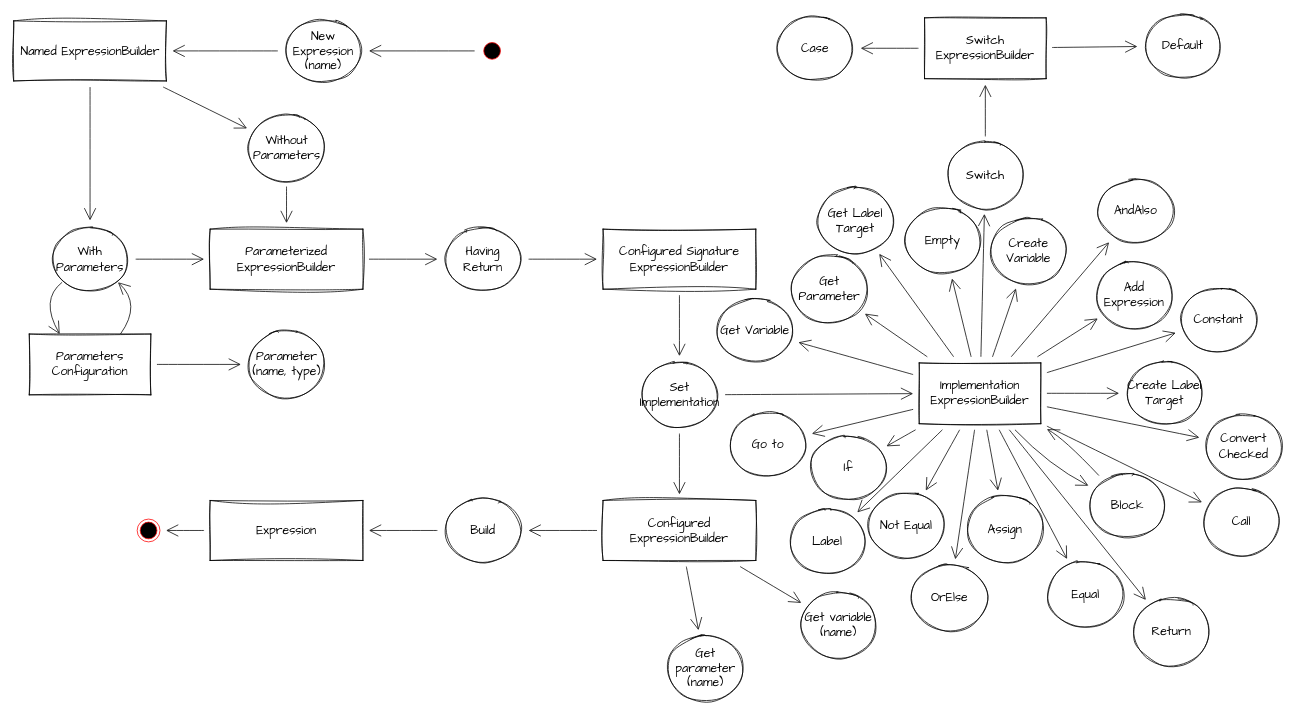
Earlier version of the draw.io diagram docs/expression-builder-fluent-api.drawio (Farfetch/rules-framework). Source tidied: cells renumbered, new cells numbered last; positions are measured from the earlier drawing's top-left corner, leaving out a move shared by most shapes. Both pictures are drawn from the tidied source at 76%, with x=0, y=0 at pixel (13, 13).
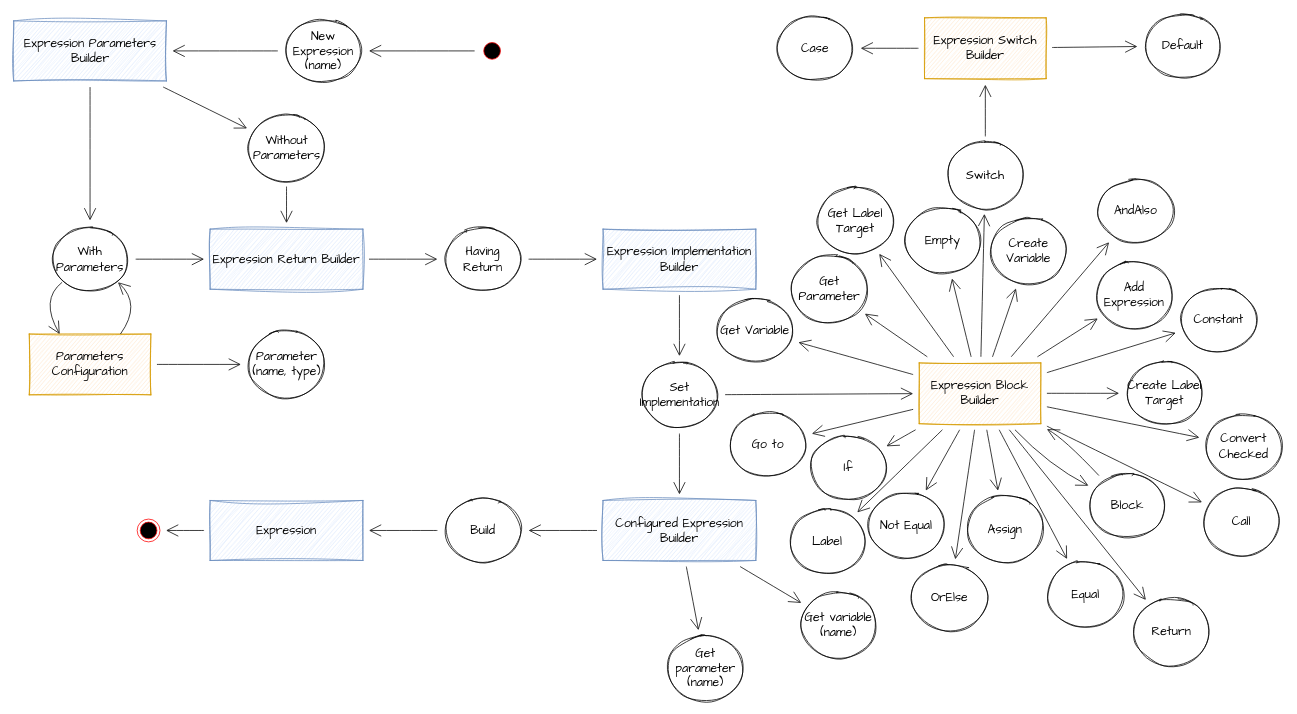
The same page after the edit.

Commit message:
docs: update expression builder flow documentation

What changed in the source:
```diff
@@
-    <mxCell id="2" value="Named ExpressionBuilder" style="rounded=0;whiteSpace=wrap;html=1;sketch=1;curveFitting=1;jiggle=2;fontFamily=Architects Daughter;fontSize=16;" parent="1" vertex="1">
+    <mxCell id="2" value="Expression Parameters Builder" style="rounded=0;whiteSpace=wrap;html=1;sketch=1;curveFitting=1;jiggle=2;fontFamily=Architects Daughter;fontSize=16;fillColor=#dae8fc;strokeColor=#6c8ebf;" parent="1" vertex="1">
       <mxGeometry x="0.5" y="10" width="201" height="79" as="geometry" />
     </mxCell>
-    <mxCell id="3" value="Parameters Configuration" style="rounded=0;whiteSpace=wrap;html=1;sketch=1;fontFamily=Architects Daughter;fontSize=16;" parent="1" vertex="1">
+    <mxCell id="3" value="Parameters Configuration" style="rounded=0;whiteSpace=wrap;html=1;sketch=1;fontFamily=Architects Daughter;fontSize=16;fillColor=#ffe6cc;strokeColor=#d79b00;" parent="1" vertex="1">
       <mxGeometry x="21" y="422" width="160" height="80" as="geometry" />
     </mxCell>
@@
-    <mxCell id="9" value="Parameterized ExpressionBuilder" style="rounded=0;whiteSpace=wrap;html=1;sketch=1;curveFitting=1;jiggle=2;fontFamily=Architects Daughter;fontSize=16;" parent="1" vertex="1">
+    <mxCell id="9" value="Expression Return Builder" style="rounded=0;whiteSpace=wrap;html=1;sketch=1;curveFitting=1;jiggle=2;fontFamily=Architects Daughter;fontSize=16;fillColor=#dae8fc;strokeColor=#6c8ebf;" parent="1" vertex="1">
       <mxGeometry x="259" y="284" width="201" height="79" as="geometry" />
     </mxCell>
@@
-    <mxCell id="12" value="Configured Signature ExpressionBuilder" style="rounded=0;whiteSpace=wrap;html=1;sketch=1;curveFitting=1;jiggle=2;fontFamily=Architects Daughter;fontSize=16;" parent="1" vertex="1">
+    <mxCell id="12" value="Expression Implementation Builder" style="rounded=0;whiteSpace=wrap;html=1;sketch=1;curveFitting=1;jiggle=2;fontFamily=Architects Daughter;fontSize=16;fillColor=#dae8fc;strokeColor=#6c8ebf;" parent="1" vertex="1">
       <mxGeometry x="776" y="284" width="201" height="79" as="geometry" />
     </mxCell>
@@
-    <mxCell id="18" value="Configured ExpressionBuilder" style="rounded=0;whiteSpace=wrap;html=1;sketch=1;curveFitting=1;jiggle=2;fontFamily=Architects Daughter;fontSize=16;" parent="1" vertex="1">
+    <mxCell id="18" value="Configured Expression Builder" style="rounded=0;whiteSpace=wrap;html=1;sketch=1;curveFitting=1;jiggle=2;fontFamily=Architects Daughter;fontSize=16;fillColor=#dae8fc;strokeColor=#6c8ebf;" parent="1" vertex="1">
       <mxGeometry x="776" y="641" width="201" height="79" as="geometry" />
     </mxCell>
@@
-    <mxCell id="21" value="Implementation&lt;br&gt;ExpressionBuilder" style="rounded=0;whiteSpace=wrap;html=1;sketch=1;fontFamily=Architects Daughter;fontSize=16;" parent="1" vertex="1">
+    <mxCell id="21" value="Expression Block Builder" style="rounded=0;whiteSpace=wrap;html=1;sketch=1;fontFamily=Architects Daughter;fontSize=16;fillColor=#ffe6cc;strokeColor=#d79b00;" parent="1" vertex="1">
       <mxGeometry x="1192" y="460" width="160" height="80" as="geometry" />
     </mxCell>
@@
-    <mxCell id="31" value="Expression" style="rounded=0;whiteSpace=wrap;html=1;sketch=1;curveFitting=1;jiggle=2;fontFamily=Architects Daughter;fontSize=16;" parent="1" vertex="1">
+    <mxCell id="31" value="Expression" style="rounded=0;whiteSpace=wrap;html=1;sketch=1;curveFitting=1;jiggle=2;fontFamily=Architects Daughter;fontSize=16;fillColor=#dae8fc;strokeColor=#6c8ebf;" parent="1" vertex="1">
       <mxGeometry x="259" y="641" width="201" height="79" as="geometry" />
     </mxCell>
@@
-    <mxCell id="73" value="Switch&lt;br&gt;ExpressionBuilder" style="rounded=0;whiteSpace=wrap;html=1;sketch=1;fontFamily=Architects Daughter;fontSize=16;" parent="1" vertex="1">
+    <mxCell id="73" value="Expression Switch&lt;br&gt;Builder" style="rounded=0;whiteSpace=wrap;html=1;sketch=1;fontFamily=Architects Daughter;fontSize=16;fillColor=#ffe6cc;strokeColor=#d79b00;" parent="1" vertex="1">
       <mxGeometry x="1199" y="6" width="160" height="80" as="geometry" />
     </mxCell>
```
